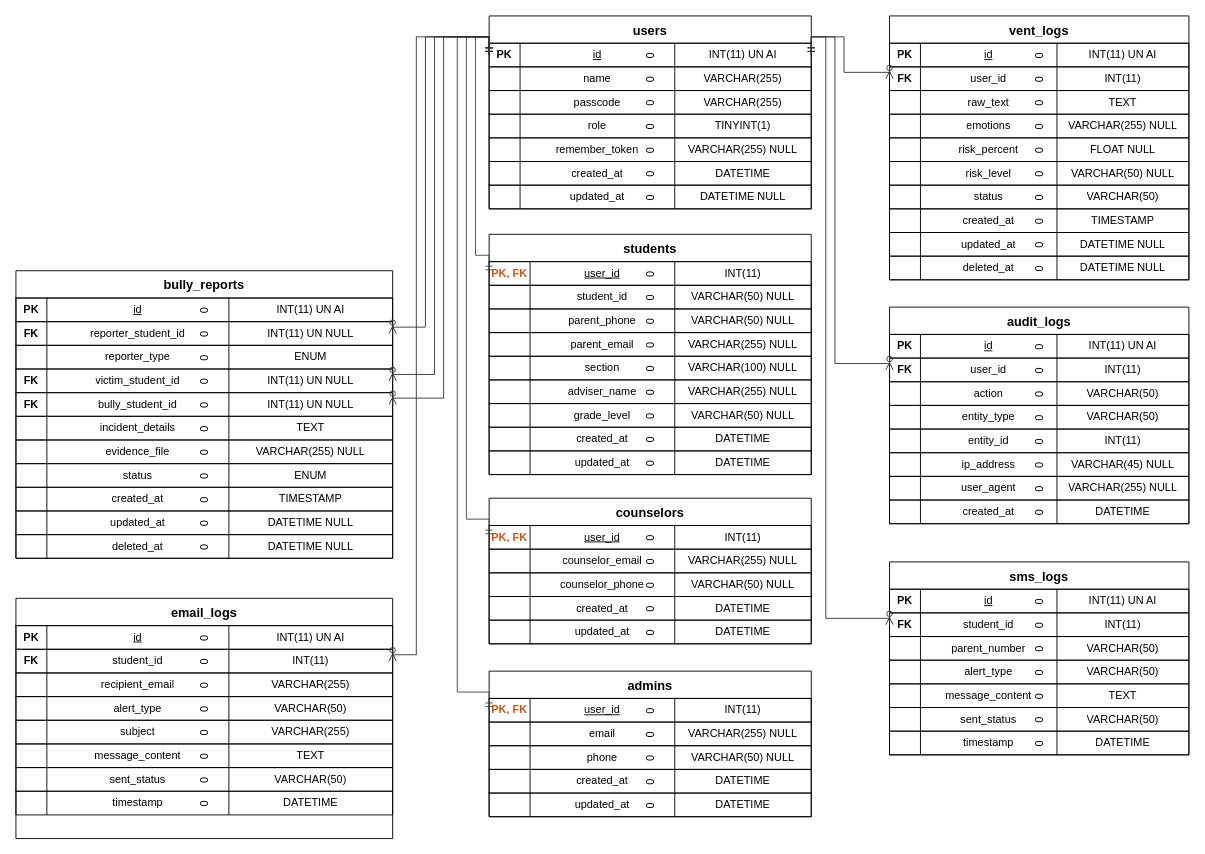
Before: docs/erd_diagram.drawio in CrayCray3000/StudentShield-SoftwareEngineering, a draw.io diagram. Source tidied: cells renumbered, new cells numbered last; positions are measured from the earlier drawing's top-left corner, leaving out a move shared by most shapes. Both pictures are drawn from the tidied source at 91%, with x=0, y=0 at pixel (15, 15).
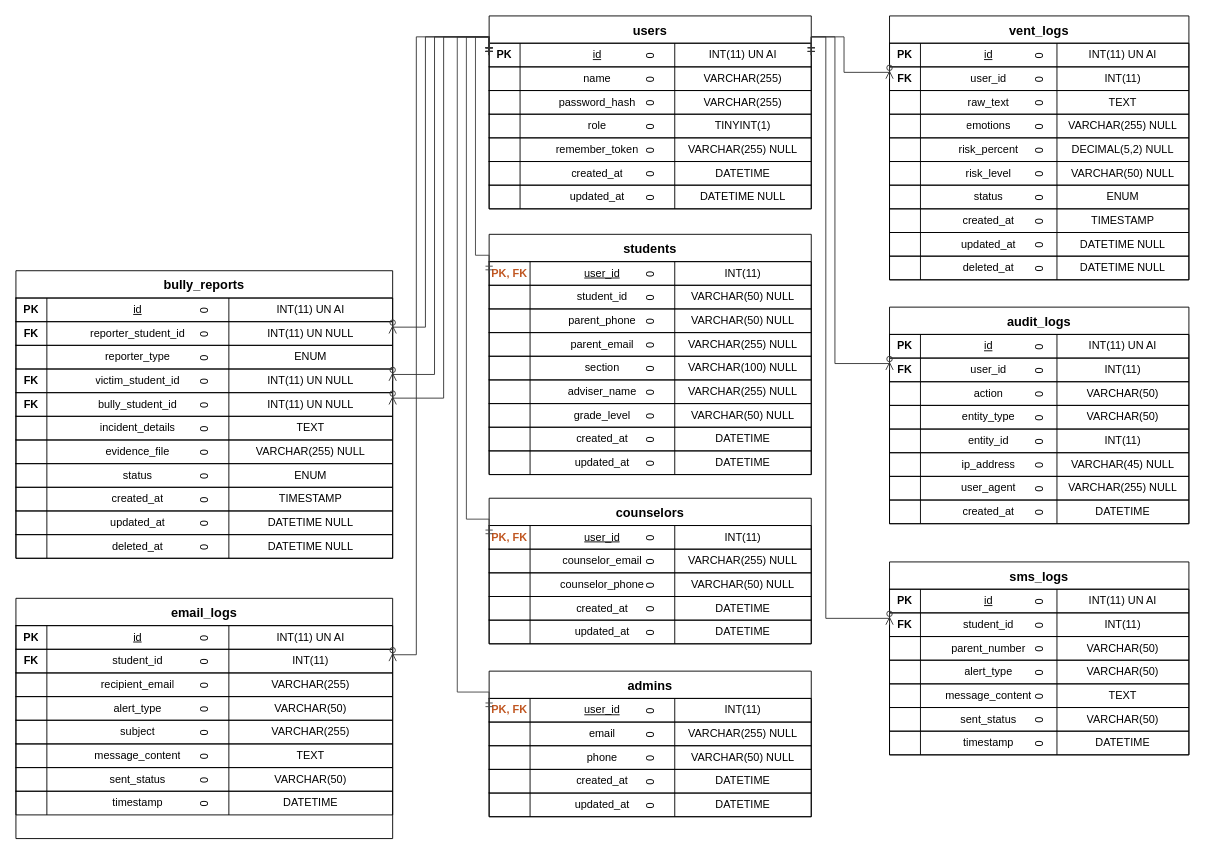
Above is the later version.

Unchanged cells that the change refers to:
```xml
<mxCell id="11" value="0" style="shape=tableRow;horizontal=0;startSize=0;swimlaneHead=0;swimlaneBody=0;fillColor=none;fontSize=12;strokeColor=inherit;" parent="2" vertex="1">
  <mxGeometry y="82" width="354" height="26" as="geometry" />
</mxCell>
<mxCell id="127" value="0" style="shape=tableRow;horizontal=0;startSize=0;swimlaneHead=0;swimlaneBody=0;fillColor=none;fontSize=12;strokeColor=inherit;" parent="110" vertex="1">
  <mxGeometry y="134" width="329" height="26" as="geometry" />
</mxCell>
<mxCell id="135" value="0" style="shape=tableRow;horizontal=0;startSize=0;swimlaneHead=0;swimlaneBody=0;fillColor=none;fontSize=12;strokeColor=inherit;" parent="110" vertex="1">
  <mxGeometry y="186" width="329" height="26" as="geometry" />
</mxCell>
```

What changed in the source:
```diff
@@
-    <mxCell id="13" value="passcode" style="shape=partialRectangle;fillColor=none;top=0;left=0;bottom=0;right=0;overflow=hidden;whiteSpace=wrap;html=1;" parent="11" vertex="1">
+    <mxCell id="13" value="password_hash" style="shape=partialRectangle;fillColor=none;top=0;left=0;bottom=0;right=0;overflow=hidden;whiteSpace=wrap;html=1;" parent="11" vertex="1">
       <mxGeometry x="34" width="170" height="26" as="geometry" />
     </mxCell>
@@
-    <mxCell id="130" value="FLOAT NULL" style="shape=partialRectangle;fillColor=none;top=0;left=0;bottom=0;right=0;overflow=hidden;whiteSpace=wrap;html=1;" parent="127" vertex="1">
+    <mxCell id="130" value="DECIMAL(5,2) NULL" style="shape=partialRectangle;fillColor=none;top=0;left=0;bottom=0;right=0;overflow=hidden;whiteSpace=wrap;html=1;" parent="127" vertex="1">
       <mxGeometry x="184" width="145" height="26" as="geometry" />
     </mxCell>
@@
-    <mxCell id="138" value="VARCHAR(50)" style="shape=partialRectangle;fillColor=none;top=0;left=0;bottom=0;right=0;overflow=hidden;whiteSpace=wrap;html=1;" parent="135" vertex="1">
+    <mxCell id="138" value="ENUM" style="shape=partialRectangle;fillColor=none;top=0;left=0;bottom=0;right=0;overflow=hidden;whiteSpace=wrap;html=1;" parent="135" vertex="1">
       <mxGeometry x="184" width="145" height="26" as="geometry" />
     </mxCell>
```
